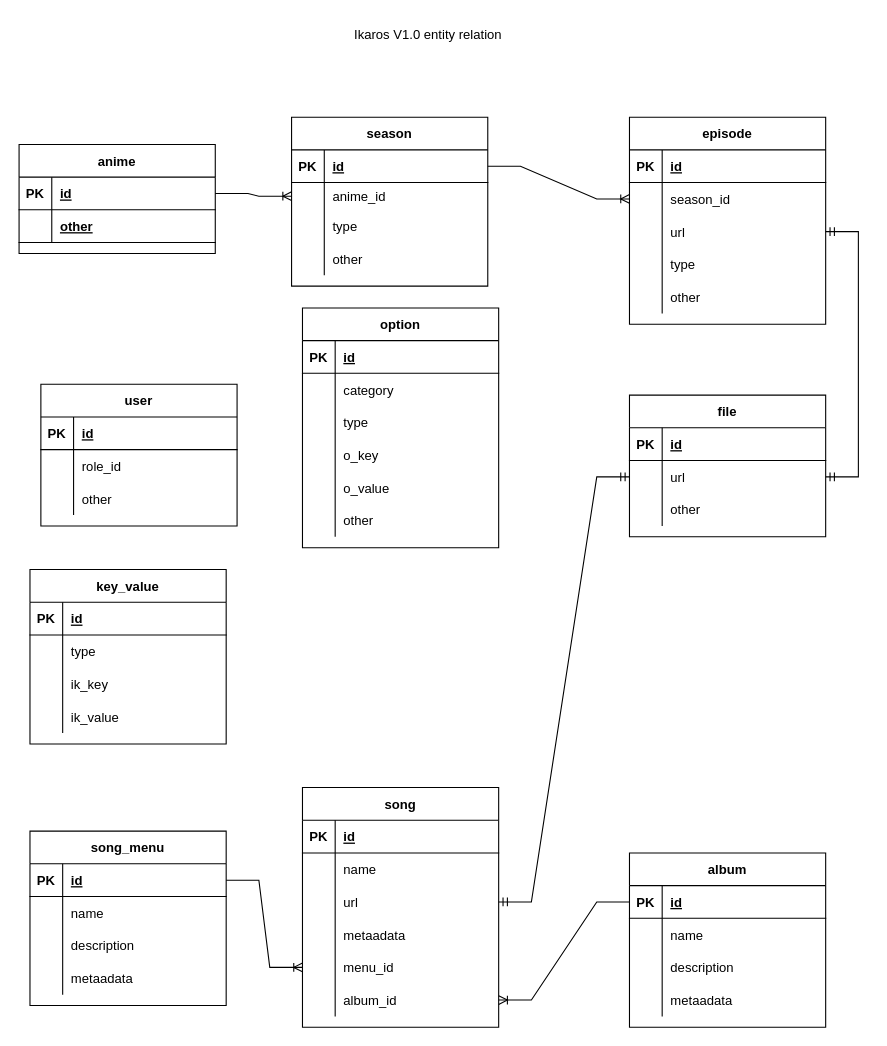
The draw.io diagram page "实体关系" (2 of 3) of docs/design/Design4Version1.0.0.drawio in ikaros-dev/ikaros, before the edit. Source tidied: cells renumbered, new cells numbered last; positions are measured from the earlier drawing's top-left corner, leaving out a move shared by most shapes. Both pictures are drawn from the tidied source at 109%, with x=0, y=0 at pixel (19, 19).
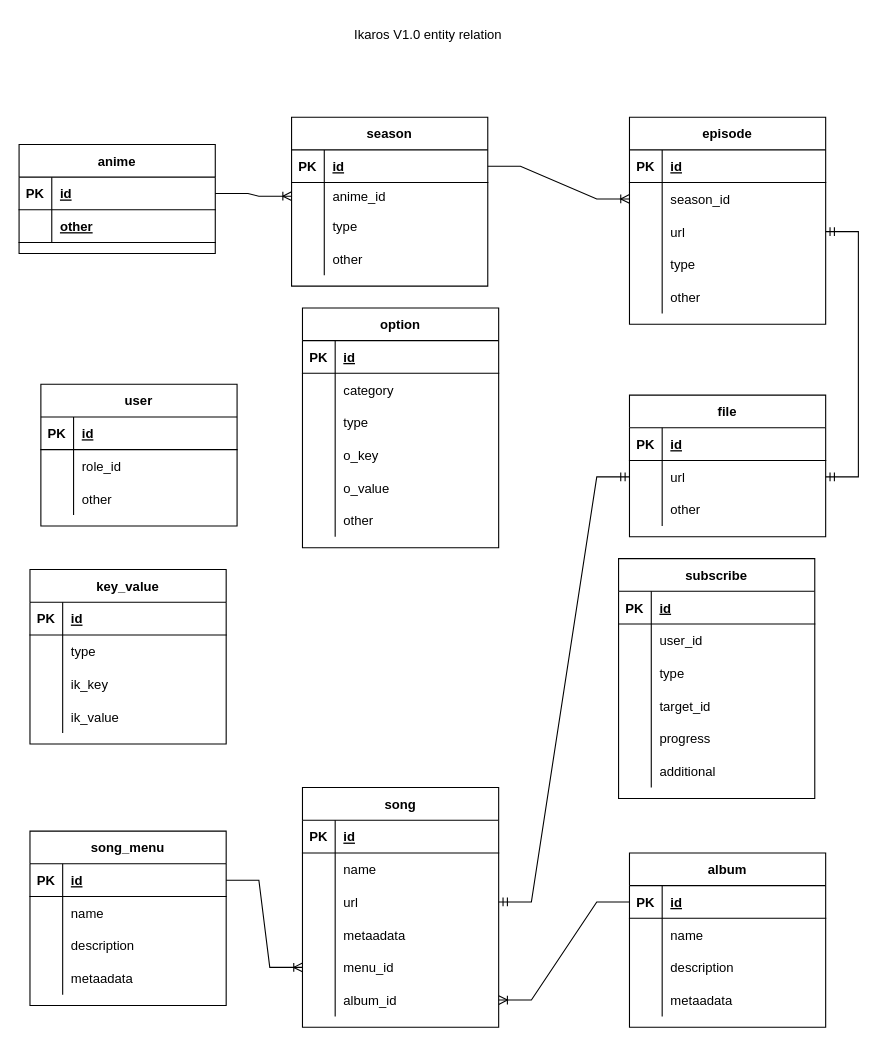
Above is the later version.

Diff of the diagram source:
```diff
@@
+    <mxCell id="142" value="subscribe" style="shape=table;startSize=30;childLayout=tableLayout;rowLines=0;fontStyle=1;align=center;" parent="1" vertex="1">
+      <mxGeometry x="550" y="495" width="180" height="220" as="geometry" />
+    </mxCell>
+    <mxCell id="143" style="shape=tableRow;horizontal=0;startSize=0;swimlaneHead=0;swimlaneBody=0;fillColor=none;top=0;left=0;right=0;bottom=1;" parent="142" vertex="1">
+      <mxGeometry y="30" width="180" height="30" as="geometry" />
+    </mxCell>
+    <mxCell id="144" value="PK" style="shape=partialRectangle;fillColor=none;top=0;left=0;bottom=0;right=0;fontStyle=1;overflow=hidden;" parent="143" vertex="1">
+      <mxGeometry width="30" height="30" as="geometry" />
+    </mxCell>
+    <mxCell id="145" value="id" style="shape=partialRectangle;fillColor=none;top=0;left=0;bottom=0;right=0;align=left;spacingLeft=6;fontStyle=5;overflow=hidden;" parent="143" vertex="1">
+      <mxGeometry x="30" width="150" height="30" as="geometry" />
+    </mxCell>
+    <mxCell id="146" style="shape=tableRow;horizontal=0;startSize=0;swimlaneHead=0;swimlaneBody=0;fillColor=none;top=0;left=0;right=0;bottom=0;" parent="142" vertex="1">
+      <mxGeometry y="60" width="180" height="30" as="geometry" />
+    </mxCell>
+    <mxCell id="147" style="shape=partialRectangle;fillColor=none;top=0;left=0;bottom=0;right=0;overflow=hidden;" parent="146" vertex="1">
+      <mxGeometry width="30" height="30" as="geometry" />
+    </mxCell>
+    <mxCell id="148" value="user_id" style="shape=partialRectangle;fillColor=none;top=0;left=0;bottom=0;right=0;align=left;spacingLeft=6;overflow=hidden;" parent="146" vertex="1">
+      <mxGeometry x="30" width="150" height="30" as="geometry" />
+    </mxCell>
+    <mxCell id="149" style="shape=tableRow;horizontal=0;startSize=0;swimlaneHead=0;swimlaneBody=0;fillColor=none;top=0;left=0;right=0;bottom=0;" parent="142" vertex="1">
+      <mxGeometry y="90" width="180" height="30" as="geometry" />
+    </mxCell>
+    <mxCell id="150" style="shape=partialRectangle;fillColor=none;top=0;left=0;bottom=0;right=0;overflow=hidden;" parent="149" vertex="1">
+      <mxGeometry width="30" height="30" as="geometry" />
+    </mxCell>
+    <mxCell id="151" value="type" style="shape=partialRectangle;fillColor=none;top=0;left=0;bottom=0;right=0;align=left;spacingLeft=6;overflow=hidden;" parent="149" vertex="1">
+      <mxGeometry x="30" width="150" height="30" as="geometry" />
+    </mxCell>
+    <mxCell id="152" style="shape=tableRow;horizontal=0;startSize=0;swimlaneHead=0;swimlaneBody=0;fillColor=none;top=0;left=0;right=0;bottom=0;" parent="142" vertex="1">
+      <mxGeometry y="120" width="180" height="30" as="geometry" />
+    </mxCell>
+    <mxCell id="153" style="shape=partialRectangle;fillColor=none;top=0;left=0;bottom=0;right=0;overflow=hidden;" parent="152" vertex="1">
+      <mxGeometry width="30" height="30" as="geometry" />
+    </mxCell>
+    <mxCell id="154" value="target_id" style="shape=partialRectangle;fillColor=none;top=0;left=0;bottom=0;right=0;align=left;spacingLeft=6;overflow=hidden;" parent="152" vertex="1">
+      <mxGeometry x="30" width="150" height="30" as="geometry" />
+    </mxCell>
+    <mxCell id="155" style="shape=tableRow;horizontal=0;startSize=0;swimlaneHead=0;swimlaneBody=0;fillColor=none;top=0;left=0;right=0;bottom=0;" parent="142" vertex="1">
+      <mxGeometry y="150" width="180" height="30" as="geometry" />
+    </mxCell>
+    <mxCell id="156" style="shape=partialRectangle;fillColor=none;top=0;left=0;bottom=0;right=0;overflow=hidden;" parent="155" vertex="1">
+      <mxGeometry width="30" height="30" as="geometry" />
+    </mxCell>
+    <mxCell id="157" value="progress" style="shape=partialRectangle;fillColor=none;top=0;left=0;bottom=0;right=0;align=left;spacingLeft=6;overflow=hidden;" parent="155" vertex="1">
+      <mxGeometry x="30" width="150" height="30" as="geometry" />
+    </mxCell>
+    <mxCell id="158" style="shape=tableRow;horizontal=0;startSize=0;swimlaneHead=0;swimlaneBody=0;fillColor=none;top=0;left=0;right=0;bottom=0;" parent="142" vertex="1">
+      <mxGeometry y="180" width="180" height="30" as="geometry" />
+    </mxCell>
+    <mxCell id="159" style="shape=partialRectangle;fillColor=none;top=0;left=0;bottom=0;right=0;overflow=hidden;" parent="158" vertex="1">
+      <mxGeometry width="30" height="30" as="geometry" />
+    </mxCell>
+    <mxCell id="160" value="additional" style="shape=partialRectangle;fillColor=none;top=0;left=0;bottom=0;right=0;align=left;spacingLeft=6;overflow=hidden;" parent="158" vertex="1">
+      <mxGeometry x="30" width="150" height="30" as="geometry" />
+    </mxCell>
```
